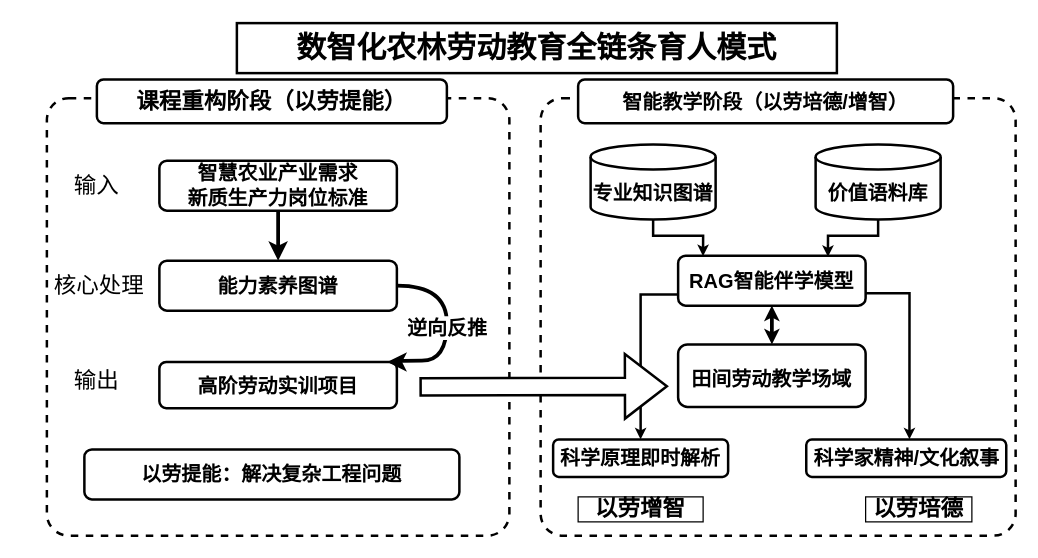
This is 1.14.drawio from handsome-tony/picture, a draw.io file, before an edit. Source tidied: cells renumbered, new cells numbered last; positions are measured from the earlier drawing's top-left corner, leaving out a move shared by most shapes. Both pictures are drawn from the tidied source at 125%, with x=0, y=0 at pixel (21, 22).
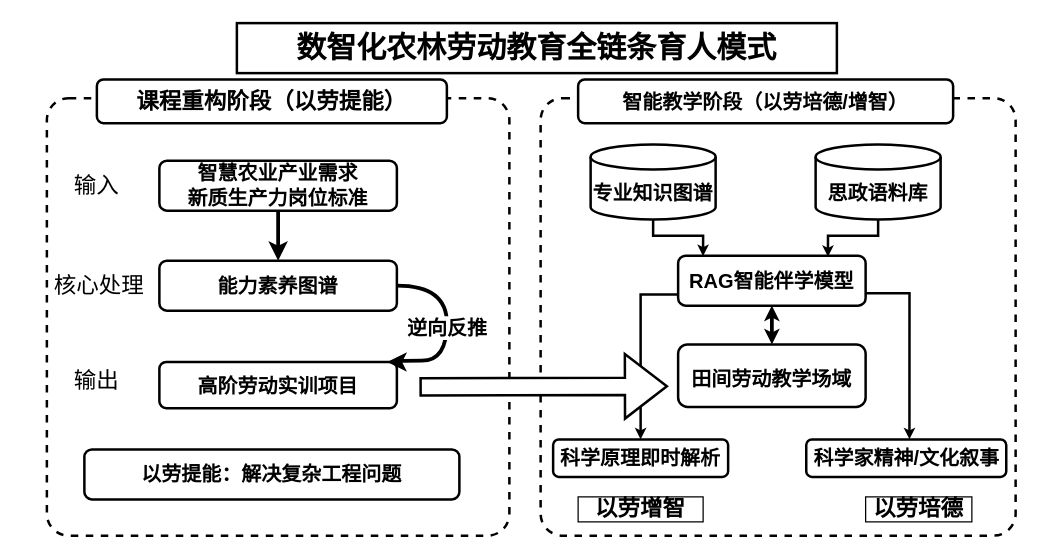
Above is the later version.

The edit, as a diff of the source:
```diff
@@
-    <mxCell id="18" value="&lt;font style=&quot;font-size: 16px; color: rgb(0, 0, 0);&quot;&gt;价值语料库&lt;/font&gt;" style="shape=cylinder3;whiteSpace=wrap;html=1;boundedLbl=1;backgroundOutline=1;size=10;fillColor=default;strokeColor=#000000;fontColor=#ffffff;fontStyle=1;strokeWidth=2;" parent="1" vertex="1">
+    <mxCell id="18" value="&lt;font style=&quot;font-size: 16px; color: rgb(0, 0, 0);&quot;&gt;思政语料库&lt;/font&gt;" style="shape=cylinder3;whiteSpace=wrap;html=1;boundedLbl=1;backgroundOutline=1;size=10;fillColor=default;strokeColor=#000000;fontColor=#ffffff;fontStyle=1;strokeWidth=2;" parent="1" vertex="1">
       <mxGeometry x="635" y="97" width="100" height="60" as="geometry" />
     </mxCell>
```
